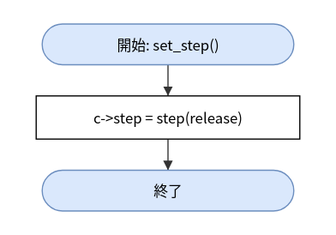
Earlier version of the draw.io export doc/spec/images/flow_src_bfm_cm-set_step.drawio.svg (hf355051012-ai/bfmem). Source tidied: cells renumbered, new cells last; positions are measured from the earlier drawing's top-left corner, leaving out a move shared by most shapes.
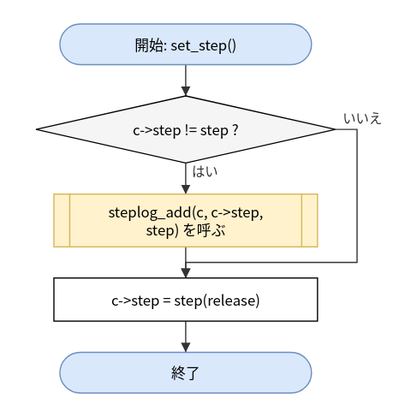
Above is the later version.

Diff of the diagram source:
```diff
@@ -3,19 +3,40 @@
     <mxCell id="0" />
     <mxCell id="1" parent="0" />
     <mxCell id="2" value="開始: set_step()" style="rounded=1;arcSize=50;whiteSpace=wrap;html=1;fillColor=#dae8fc;strokeColor=#6c8ebf;" parent="1" vertex="1">
-      <mxGeometry x="5" width="210" height="34" as="geometry" />
+      <mxGeometry x="20" width="210" height="34" as="geometry" />
     </mxCell>
-    <mxCell id="3" value="c-&amp;gt;step = step(release)" style="rounded=0;whiteSpace=wrap;html=1;" parent="1" vertex="1">
-      <mxGeometry y="60" width="220" height="36" as="geometry" />
+    <mxCell id="3" value="c-&amp;gt;step != step ?" style="rhombus;whiteSpace=wrap;html=1;fillColor=#f5f5f5;" parent="1" vertex="1">
+      <mxGeometry y="60" width="250" height="56" as="geometry" />
     </mxCell>
-    <mxCell id="4" value="終了" style="rounded=1;arcSize=50;whiteSpace=wrap;html=1;fillColor=#dae8fc;strokeColor=#6c8ebf;" parent="1" vertex="1">
-      <mxGeometry x="5" y="122" width="210" height="34" as="geometry" />
+    <mxCell id="4" value="steplog_add(c, c-&amp;gt;step,&lt;br&gt;step) を呼ぶ" style="shape=process;whiteSpace=wrap;html=1;backgroundOutline=1;size=0.06;fillColor=#fff2cc;strokeColor=#d6b656;" parent="1" vertex="1">
+      <mxGeometry x="15" y="142" width="220" height="44" as="geometry" />
     </mxCell>
+    <mxCell id="7" value="c-&amp;gt;step = step(release)" style="rounded=0;whiteSpace=wrap;html=1;" parent="1" vertex="1">
+      <mxGeometry x="15" y="212" width="220" height="36" as="geometry" />
+    </mxCell>
+    <mxCell id="8" value="終了" style="rounded=1;arcSize=50;whiteSpace=wrap;html=1;fillColor=#dae8fc;strokeColor=#6c8ebf;" parent="1" vertex="1">
+      <mxGeometry x="20" y="274" width="210" height="34" as="geometry" />
+    </mxCell>
     <mxCell id="5" style="edgeStyle=none;html=1;rounded=0;endArrow=block;endFill=1;exitX=0.5000;exitY=1.0000;exitDx=0;exitDy=0;exitPerimeter=0;entryX=0.5000;entryY=0.0000;entryDx=0;entryDy=0;entryPerimeter=0;" parent="1" edge="1" source="2" target="3">
       <mxGeometry relative="1" as="geometry" />
     </mxCell>
-    <mxCell id="6" style="edgeStyle=none;html=1;rounded=0;endArrow=block;endFill=1;exitX=0.5000;exitY=1.0000;exitDx=0;exitDy=0;exitPerimeter=0;entryX=0.5000;entryY=0.0000;entryDx=0;entryDy=0;entryPerimeter=0;" parent="1" edge="1" source="3" target="4">
+    <mxCell id="6" value="はい" style="edgeStyle=none;html=1;rounded=0;endArrow=block;endFill=1;exitX=0.5000;exitY=1.0000;exitDx=0;exitDy=0;exitPerimeter=0;entryX=0.5000;entryY=0.0000;entryDx=0;entryDy=0;entryPerimeter=0;" parent="1" edge="1" source="3" target="4">
       <mxGeometry relative="1" as="geometry" />
     </mxCell>
+    <mxCell id="9" style="edgeStyle=none;html=1;rounded=0;endArrow=block;endFill=1;exitX=0.5000;exitY=1.0000;exitDx=0;exitDy=0;exitPerimeter=0;entryX=0.5000;entryY=0.0000;entryDx=0;entryDy=0;entryPerimeter=0;" parent="1" edge="1" source="4" target="7">
+      <mxGeometry relative="1" as="geometry" />
+    </mxCell>
+    <mxCell id="10" value="いいえ" style="edgeStyle=none;html=1;rounded=0;endArrow=block;endFill=1;exitX=1.0000;exitY=0.5000;exitDx=0;exitDy=0;exitPerimeter=0;entryX=0.5000;entryY=0.0000;entryDx=0;entryDy=0;entryPerimeter=0;" parent="1" edge="1" source="3" target="7">
+      <mxGeometry relative="1" as="geometry">
+        <Array as="points">
+          <mxPoint x="268" y="88" />
+          <mxPoint x="268" y="199" />
+          <mxPoint x="125" y="199" />
+        </Array>
+      </mxGeometry>
+    </mxCell>
+    <mxCell id="11" style="edgeStyle=none;html=1;rounded=0;endArrow=block;endFill=1;exitX=0.5000;exitY=1.0000;exitDx=0;exitDy=0;exitPerimeter=0;entryX=0.5000;entryY=0.0000;entryDx=0;entryDy=0;entryPerimeter=0;" parent="1" edge="1" source="7" target="8">
+      <mxGeometry relative="1" as="geometry" />
+    </mxCell>
   </root>
 </mxGraphModel>
```
